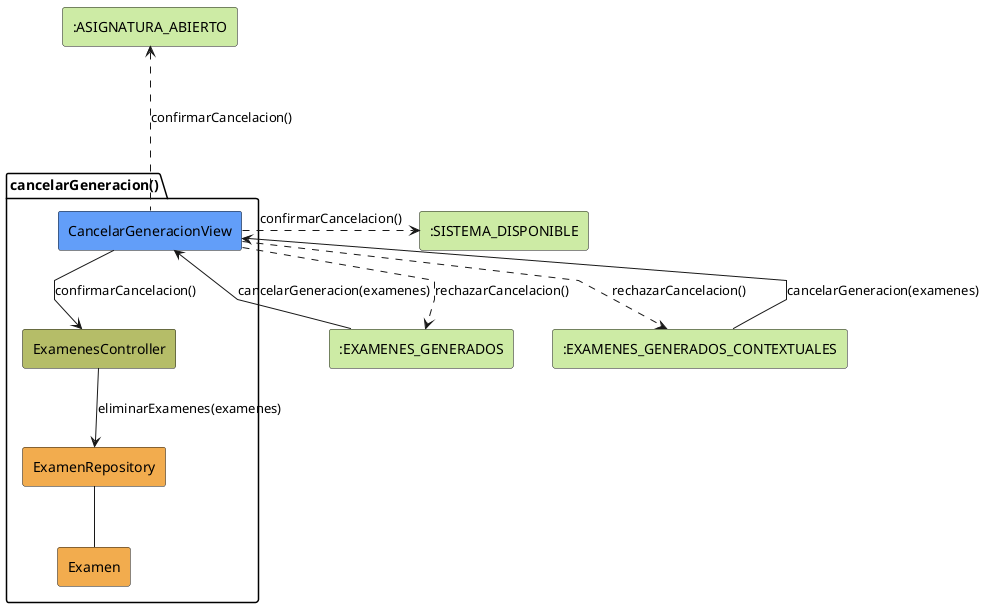
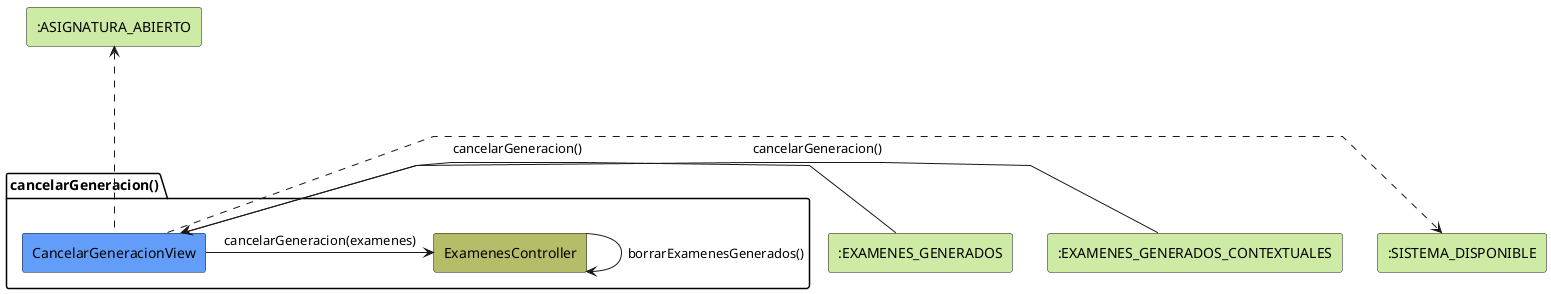
@startuml cancelarGeneracion-analisis
skinparam linetype polyline

rectangle #CDEBA5 ":EXAMENES_GENERADOS" as ExamGen
rectangle #CDEBA5 ":EXAMENES_GENERADOS_CONTEXTUALES" as ExamGenCtx
+ rectangle #CDEBA5 ":SISTEMA_DISPONIBLE" as SistemaDisponible
+ rectangle #CDEBA5 ":ASIGNATURA_ABIERTO" as AsignaturaAbierto
+ 
package cancelarGeneracion as "cancelarGeneracion()" {
    rectangle #629EF9 CancelarGeneracionView
    rectangle #b5bd68 ExamenesController
-     rectangle #F2AC4E ExamenRepository
-     rectangle #F2AC4E Examen
}

- rectangle #CDEBA5 ":SISTEMA_DISPONIBLE" as SistemaDisponible
- rectangle #CDEBA5 ":ASIGNATURA_ABIERTO" as AsignaturaAbierto
+ ExamGen -r-> CancelarGeneracionView: cancelarGeneracion()
+ ExamGenCtx -r-> CancelarGeneracionView: cancelarGeneracion()

- ExamGen -r-> CancelarGeneracionView: cancelarGeneracion(examenes)
- ExamGenCtx -r-> CancelarGeneracionView: cancelarGeneracion(examenes)
+ CancelarGeneracionView -> ExamenesController: cancelarGeneracion(examenes)

- CancelarGeneracionView -d-> ExamenesController: confirmarCancelacion()
+ ExamenesController -> ExamenesController: borrarExamenesGenerados()

- ExamenRepository -- Examen
- 
- ExamenesController --> ExamenRepository: eliminarExamenes(examenes)
- 
- CancelarGeneracionView ..> ExamGen: rechazarCancelacion()
- CancelarGeneracionView ..> ExamGenCtx: rechazarCancelacion()
- CancelarGeneracionView ..r.> SistemaDisponible: confirmarCancelacion()
- CancelarGeneracionView ..u.> AsignaturaAbierto: confirmarCancelacion()
+ CancelarGeneracionView ..r.> SistemaDisponible
+ CancelarGeneracionView ..u.> AsignaturaAbierto

@enduml